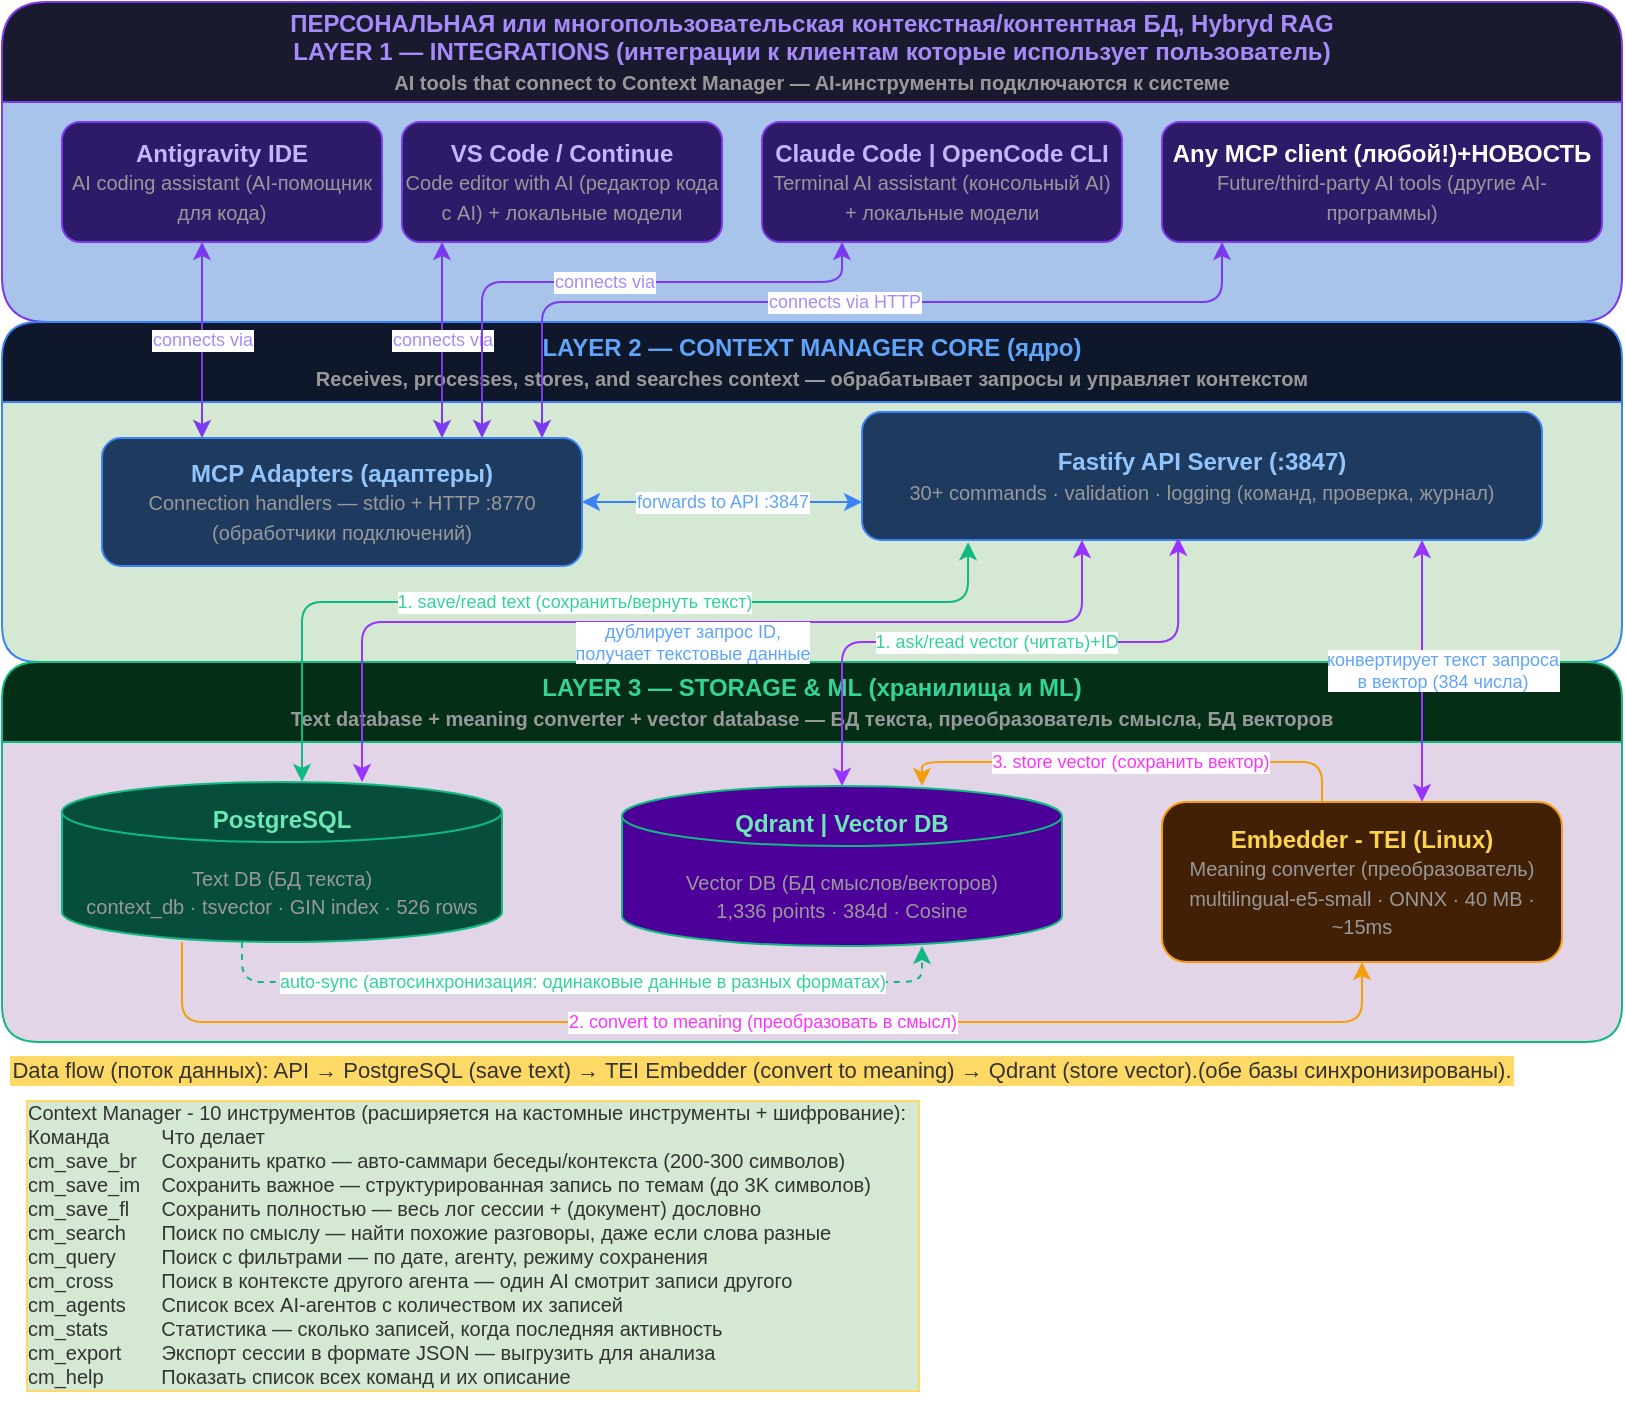
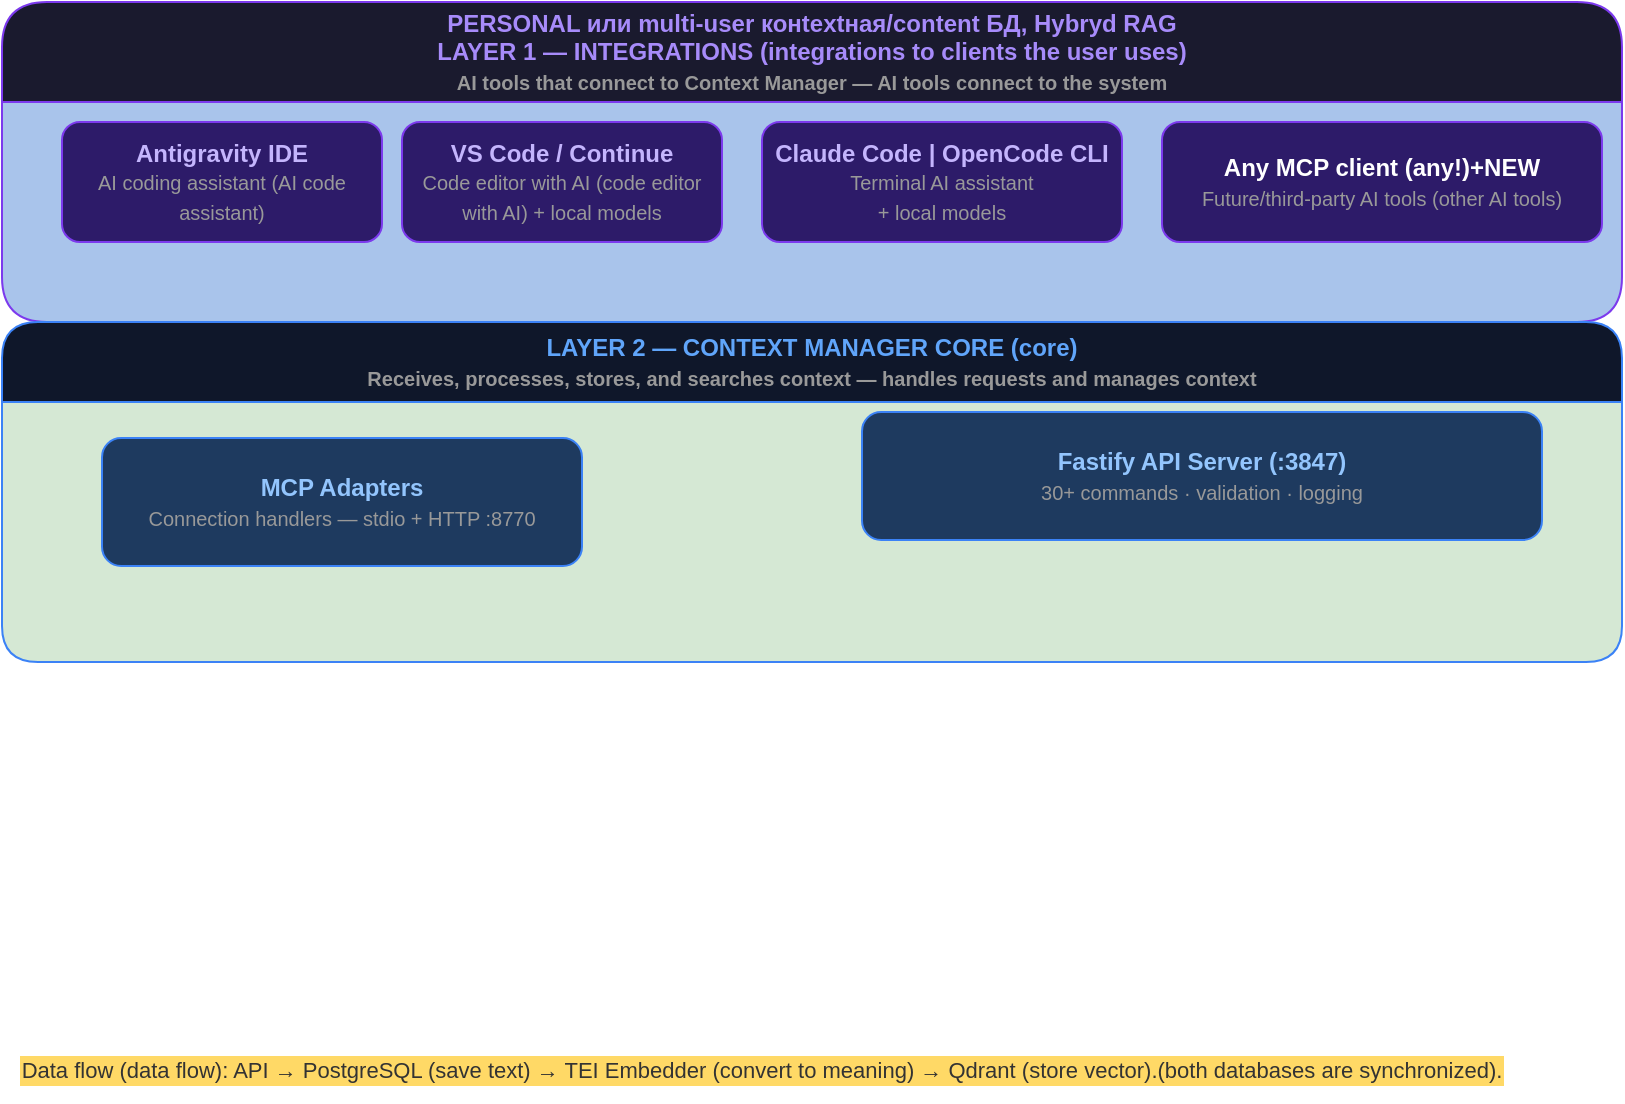
<mxfile host="Electron">
-   <diagram id="UzzrStIHESN_C7ycVm4h" name="Страница-1">
+   <diagram id="UzzrStIHESN_C7ycVm4h" name="Page-1">
    <mxGraphModel dx="878" dy="608" grid="1" gridSize="10" guides="1" tooltips="1" connect="1" arrows="1" fold="1" page="1" pageScale="1" pageWidth="1500" pageHeight="680" math="0" shadow="0" adaptiveColors="auto">
      <root>
        <mxCell id="0" />
        <mxCell id="1" parent="0" />
-         <mxCell id="flow" parent="1" style="text;html=1;fontSize=11;fontColor=#333333;align=center;fillColor=none;strokeColor=none;whiteSpace=wrap;labelBackgroundColor=#FFD966;labelBorderColor=#FFD966;" value="Data flow (поток данных): API → PostgreSQL (save text) → TEI Embedder (convert to meaning) → Qdrant (store vector).(обе базы синхронизированы)." vertex="1">
+         <mxCell id="flow" parent="1" style="text;html=1;fontSize=11;fontColor=#333333;align=center;fillColor=none;strokeColor=none;whiteSpace=wrap;labelBackgroundColor=#FFD966;labelBorderColor=#FFD966;" value="Data flow (data flow): API → PostgreSQL (save text) → TEI Embedder (convert to meaning) → Qdrant (store vector).(both databases are synchronized)." vertex="1">
          <mxGeometry height="30" width="760" x="30" y="540" as="geometry" />
        </mxCell>
-         <mxCell id="l1" parent="1" style="swimlane;horizontal=1;startSize=50;fillColor=#1a1a2e;strokeColor=#7c3aed;fontColor=#a78bfa;fontStyle=1;html=1;rounded=1;whiteSpace=wrap;labelBackgroundColor=none;swimlaneFillColor=#A9C4EB;" value="&lt;div&gt;&lt;b&gt;ПЕРСОНАЛЬНАЯ или многопользовательская контекстная/контентная БД, Hybryd RAG&lt;/b&gt;&lt;/div&gt;&lt;b&gt;LAYER 1 — INTEGRATIONS (интеграции к клиентам которые использует пользователь)&lt;/b&gt;&lt;br&gt;&lt;font style=&quot;font-size: 10px; color: rgb(153, 153, 153);&quot;&gt;AI tools that connect to Context Manager — AI-инструменты подключаются к системе&lt;/font&gt;" vertex="1">
+         <mxCell id="l1" parent="1" style="swimlane;horizontal=1;startSize=50;fillColor=#1a1a2e;strokeColor=#7c3aed;fontColor=#a78bfa;fontStyle=1;html=1;rounded=1;whiteSpace=wrap;labelBackgroundColor=none;swimlaneFillColor=#A9C4EB;" value="&lt;div&gt;&lt;b&gt;PERSONAL или multi-user конtextная/content БД, Hybryd RAG&lt;/b&gt;&lt;/div&gt;&lt;b&gt;LAYER 1 — INTEGRATIONS (integrations to clients the user uses)&lt;/b&gt;&lt;br&gt;&lt;font style=&quot;font-size: 10px; color: rgb(153, 153, 153);&quot;&gt;AI tools that connect to Context Manager — AI tools connect to the system&lt;/font&gt;" vertex="1">
          <mxGeometry height="160" width="810" x="30" y="20" as="geometry" />
        </mxCell>
-         <mxCell id="l1c0" parent="l1" style="rounded=1;whiteSpace=wrap;html=1;fillColor=#2d1b69;strokeColor=#7c3aed;fontColor=#c4b5fd;fontSize=12;" value="&lt;b&gt;Antigravity IDE&lt;/b&gt;&lt;br&gt;&lt;font style=&quot;font-size:10px;color:#999&quot;&gt;AI coding assistant (AI-помощник для кода)&lt;/font&gt;" vertex="1">
+         <mxCell id="l1c0" parent="l1" style="rounded=1;whiteSpace=wrap;html=1;fillColor=#2d1b69;strokeColor=#7c3aed;fontColor=#c4b5fd;fontSize=12;" value="&lt;b&gt;Antigravity IDE&lt;/b&gt;&lt;br&gt;&lt;font style=&quot;font-size:10px;color:#999&quot;&gt;AI coding assistant (AI code assistant)&lt;/font&gt;" vertex="1">
          <mxGeometry height="60" width="160" x="30" y="60" as="geometry" />
        </mxCell>
-         <mxCell id="l1c1" parent="l1" style="rounded=1;whiteSpace=wrap;html=1;fillColor=#2d1b69;strokeColor=#7c3aed;fontColor=#c4b5fd;fontSize=12;" value="&lt;b&gt;VS Code / Continue&lt;/b&gt;&lt;br&gt;&lt;font style=&quot;font-size: 10px; color: rgb(153, 153, 153);&quot;&gt;Code editor with AI (редактор кода с AI) + локальные модели&lt;/font&gt;" vertex="1">
+         <mxCell id="l1c1" parent="l1" style="rounded=1;whiteSpace=wrap;html=1;fillColor=#2d1b69;strokeColor=#7c3aed;fontColor=#c4b5fd;fontSize=12;" value="&lt;b&gt;VS Code / Continue&lt;/b&gt;&lt;br&gt;&lt;font style=&quot;font-size: 10px; color: rgb(153, 153, 153);&quot;&gt;Code editor with AI (code editor with AI) + local models&lt;/font&gt;" vertex="1">
          <mxGeometry height="60" width="160" x="200" y="60" as="geometry" />
        </mxCell>
-         <mxCell id="l1c2" parent="l1" style="rounded=1;whiteSpace=wrap;html=1;fillColor=#2d1b69;strokeColor=#7c3aed;fontColor=#c4b5fd;fontSize=12;" value="&lt;b&gt;Claude Code | OpenCode CLI&lt;/b&gt;&lt;br&gt;&lt;font style=&quot;font-size: 10px; color: rgb(153, 153, 153);&quot;&gt;Terminal AI assistant (консольный AI)&lt;/font&gt;&lt;div&gt;&lt;font style=&quot;font-size: 10px; color: rgb(153, 153, 153);&quot;&gt;+ локальные модели&lt;/font&gt;&lt;/div&gt;" vertex="1">
+         <mxCell id="l1c2" parent="l1" style="rounded=1;whiteSpace=wrap;html=1;fillColor=#2d1b69;strokeColor=#7c3aed;fontColor=#c4b5fd;fontSize=12;" value="&lt;b&gt;Claude Code | OpenCode CLI&lt;/b&gt;&lt;br&gt;&lt;font style=&quot;font-size: 10px; color: rgb(153, 153, 153);&quot;&gt;Terminal AI assistant&lt;/font&gt;&lt;div&gt;&lt;font style=&quot;font-size: 10px; color: rgb(153, 153, 153);&quot;&gt;+ local models&lt;/font&gt;&lt;/div&gt;" vertex="1">
          <mxGeometry height="60" width="180" x="380" y="60" as="geometry" />
        </mxCell>
-         <mxCell id="l1c3" parent="l1" style="rounded=1;whiteSpace=wrap;html=1;fillColor=#2d1b69;strokeColor=#7c3aed;fontColor=#c4b5fd;fontSize=12;" value="&lt;font style=&quot;color: rgb(255, 255, 255);&quot;&gt;&lt;b&gt;Any MCP client (любой!)+НОВОСТЬ&lt;/b&gt;&lt;br&gt;&lt;/font&gt;&lt;font style=&quot;font-size: 10px; color: rgb(153, 153, 153);&quot;&gt;Future/third-party AI tools (другие AI-программы)&lt;/font&gt;" vertex="1">
+         <mxCell id="l1c3" parent="l1" style="rounded=1;whiteSpace=wrap;html=1;fillColor=#2d1b69;strokeColor=#7c3aed;fontColor=#c4b5fd;fontSize=12;" value="&lt;font style=&quot;color: rgb(255, 255, 255);&quot;&gt;&lt;b&gt;Any MCP client (any!)+NEW&lt;/b&gt;&lt;br&gt;&lt;/font&gt;&lt;font style=&quot;font-size: 10px; color: rgb(153, 153, 153);&quot;&gt;Future/third-party AI tools (other AI tools)&lt;/font&gt;" vertex="1">
          <mxGeometry height="60" width="220" x="580" y="60" as="geometry" />
        </mxCell>
-         <mxCell id="l2" parent="1" style="swimlane;horizontal=1;startSize=40;fillColor=#0f172a;strokeColor=#3b82f6;fontColor=#60a5fa;fontStyle=1;html=1;rounded=1;whiteSpace=wrap;swimlaneFillColor=#D5E8D4;" value="&lt;b&gt;LAYER 2 — CONTEXT MANAGER CORE (ядро)&lt;/b&gt;&lt;br&gt;&lt;font style=&quot;font-size:10px;color:#999&quot;&gt;Receives, processes, stores, and searches context — обрабатывает запросы и управляет контекстом&lt;/font&gt;" vertex="1">
+         <mxCell id="l2" parent="1" style="swimlane;horizontal=1;startSize=40;fillColor=#0f172a;strokeColor=#3b82f6;fontColor=#60a5fa;fontStyle=1;html=1;rounded=1;whiteSpace=wrap;swimlaneFillColor=#D5E8D4;" value="&lt;b&gt;LAYER 2 — CONTEXT MANAGER CORE (core)&lt;/b&gt;&lt;br&gt;&lt;font style=&quot;font-size:10px;color:#999&quot;&gt;Receives, processes, stores, and searches context — handles requests and manages context&lt;/font&gt;" vertex="1">
          <mxGeometry height="170" width="810" x="30" y="180" as="geometry" />
        </mxCell>
-         <mxCell id="l2c2" parent="l2" style="rounded=1;whiteSpace=wrap;html=1;fillColor=#1e3a5f;strokeColor=#3b82f6;fontColor=#93c5fd;fontSize=12;" value="&lt;b&gt;Fastify API Server (:3847)&lt;/b&gt;&lt;br&gt;&lt;font style=&quot;font-size:10px;color:#999&quot;&gt;30+ commands · validation · logging (команд, проверка, журнал)&lt;/font&gt;" vertex="1">
+         <mxCell id="l2c2" parent="l2" style="rounded=1;whiteSpace=wrap;html=1;fillColor=#1e3a5f;strokeColor=#3b82f6;fontColor=#93c5fd;fontSize=12;" value="&lt;b&gt;Fastify API Server (:3847)&lt;/b&gt;&lt;br&gt;&lt;font style=&quot;font-size:10px;color:#999&quot;&gt;30+ commands · validation · logging&lt;/font&gt;" vertex="1">
          <mxGeometry height="64" width="340" x="430" y="45" as="geometry" />
        </mxCell>
-         <mxCell id="l2c0" parent="l2" style="rounded=1;whiteSpace=wrap;html=1;fillColor=#1e3a5f;strokeColor=#3b82f6;fontColor=#93c5fd;fontSize=12;" value="&lt;b&gt;MCP Adapters (адаптеры)&lt;/b&gt;&lt;br&gt;&lt;font style=&quot;font-size:10px;color:#999&quot;&gt;Connection handlers — stdio + HTTP :8770 (обработчики подключений)&lt;/font&gt;" vertex="1">
+         <mxCell id="l2c0" parent="l2" style="rounded=1;whiteSpace=wrap;html=1;fillColor=#1e3a5f;strokeColor=#3b82f6;fontColor=#93c5fd;fontSize=12;" value="&lt;b&gt;MCP Adapters&lt;/b&gt;&lt;br&gt;&lt;font style=&quot;font-size:10px;color:#999&quot;&gt;Connection handlers — stdio + HTTP :8770&lt;/font&gt;" vertex="1">
          <mxGeometry height="64" width="240" x="50" y="58" as="geometry" />
        </mxCell>
-         <mxCell id="l3" parent="1" style="swimlane;horizontal=1;startSize=40;fillColor=#052e16;strokeColor=#10b981;fontColor=#34d399;fontStyle=1;html=1;rounded=1;whiteSpace=wrap;swimlaneFillColor=#E1D5E7;" value="&lt;b&gt;LAYER 3 — STORAGE &amp;amp; ML (хранилища и ML)&lt;/b&gt;&lt;br&gt;&lt;font style=&quot;font-size:10px;color:#999&quot;&gt;Text database + meaning converter + vector database — БД текста, преобразователь смысла, БД векторов&lt;/font&gt;" vertex="1">
+         <mxCell id="l3" parent="1" style="swimlane;horizontal=1;startSize=40;fillColor=#052e16;strokeColor=#10b981;fontColor=#34d399;fontStyle=1;html=1;rounded=1;whiteSpace=wrap;swimlaneFillColor=#E1D5E7;" value="&lt;b&gt;LAYER 3 — STORAGE &amp;amp; ML (storage & ML)&lt;/b&gt;&lt;br&gt;&lt;font style=&quot;font-size:10px;color:#999&quot;&gt;Text database + meaning converter + vector database — text DB, meaning converter, vector DB&lt;/font&gt;" vertex="1">
          <mxGeometry height="190" width="810" x="30" y="350" as="geometry" />
        </mxCell>
-         <mxCell id="e8" edge="1" parent="l3" source="l3c2" style="edgeStyle=orthogonalEdgeStyle;rounded=1;html=1;fontSize=9;strokeColor=#f59e0b;fontColor=#FF33FF;" target="l3c1" value="3. store vector (сохранить вектор)">
+         <mxCell id="e8" edge="1" parent="l3" source="l3c2" style="edgeStyle=orthogonalEdgeStyle;rounded=1;html=1;fontSize=9;strokeColor=#f59e0b;fontColor=#FF33FF;" target="l3c1" value="3. store vector (store vector)">
          <mxGeometry relative="1" as="geometry">
            <Array as="points">
              <mxPoint x="660" y="50" />
              <mxPoint x="460" y="50" />
            </Array>
          </mxGeometry>
        </mxCell>
-         <mxCell id="e7" edge="1" parent="l3" source="l3c0" style="edgeStyle=orthogonalEdgeStyle;rounded=1;html=1;fontSize=9;strokeColor=#f59e0b;fontColor=#FF33FF;" target="l3c2" value="2. convert to meaning (преобразовать в смысл)">
+         <mxCell id="e7" edge="1" parent="l3" source="l3c0" style="edgeStyle=orthogonalEdgeStyle;rounded=1;html=1;fontSize=9;strokeColor=#f59e0b;fontColor=#FF33FF;" target="l3c2" value="2. convert to meaning (convert to meaning)">
          <mxGeometry relative="1" as="geometry">
            <Array as="points">
              <mxPoint x="90" y="180" />
              <mxPoint x="680" y="180" />
            </Array>
          </mxGeometry>
        </mxCell>
-         <mxCell id="e9" edge="1" parent="l3" source="l3c0" style="edgeStyle=orthogonalEdgeStyle;rounded=1;html=1;fontSize=9;strokeColor=#10b981;fontColor=#34d399;dashed=1;" target="l3c1" value="auto-sync (автосинхронизация: одинаковые данные в разных форматах)">
+         <mxCell id="e9" edge="1" parent="l3" source="l3c0" style="edgeStyle=orthogonalEdgeStyle;rounded=1;html=1;fontSize=9;strokeColor=#10b981;fontColor=#34d399;dashed=1;" target="l3c1" value="auto-sync (same data in different formats)">
          <mxGeometry relative="1" x="0.0028" as="geometry">
            <mxPoint as="offset" />
            <Array as="points">
              <mxPoint x="120" y="160" />
              <mxPoint x="460" y="160" />
            </Array>
          </mxGeometry>
        </mxCell>
-         <mxCell id="l3c2" parent="l3" style="rounded=1;whiteSpace=wrap;html=1;fillColor=#422006;strokeColor=#f59e0b;fontColor=#fcd34d;fontSize=12;" value="&lt;b&gt;Embedder -&amp;nbsp;&lt;/b&gt;&lt;b&gt;TEI (Linux)&lt;/b&gt;&lt;br&gt;&lt;font style=&quot;font-size: 10px; color: rgb(153, 153, 153);&quot;&gt;Meaning converter (преобразователь)&lt;br&gt;multilingual-e5-small · ONNX · 40 MB · ~15ms&lt;/font&gt;" vertex="1">
+         <mxCell id="l3c2" parent="l3" style="rounded=1;whiteSpace=wrap;html=1;fillColor=#422006;strokeColor=#f59e0b;fontColor=#fcd34d;fontSize=12;" value="&lt;b&gt;Embedder -&amp;nbsp;&lt;/b&gt;&lt;b&gt;TEI (Linux)&lt;/b&gt;&lt;br&gt;&lt;font style=&quot;font-size: 10px; color: rgb(153, 153, 153);&quot;&gt;Meaning converter (converter)&lt;br&gt;multilingual-e5-small · ONNX · 40 MB · ~15ms&lt;/font&gt;" vertex="1">
          <mxGeometry height="80" width="200" x="580" y="70" as="geometry" />
        </mxCell>
-         <mxCell id="l3c0" parent="l3" style="shape=cylinder3;whiteSpace=wrap;html=1;fillColor=#064e3b;strokeColor=#10b981;fontColor=#6ee7b7;fontSize=12;" value="&lt;b&gt;PostgreSQL&lt;/b&gt;&lt;div&gt;&lt;b&gt;&lt;br&gt;&lt;/b&gt;&lt;font style=&quot;font-size: 10px; color: rgb(153, 153, 153);&quot;&gt;Text DB (БД текста)&lt;br&gt;context_db · tsvector · GIN index · 526 rows&lt;/font&gt;&lt;/div&gt;" vertex="1">
+         <mxCell id="l3c0" parent="l3" style="shape=cylinder3;whiteSpace=wrap;html=1;fillColor=#064e3b;strokeColor=#10b981;fontColor=#6ee7b7;fontSize=12;" value="&lt;b&gt;PostgreSQL&lt;/b&gt;&lt;div&gt;&lt;b&gt;&lt;br&gt;&lt;/b&gt;&lt;font style=&quot;font-size: 10px; color: rgb(153, 153, 153);&quot;&gt;Text DB (text DB)&lt;br&gt;context_db · tsvector · GIN index · 526 rows&lt;/font&gt;&lt;/div&gt;" vertex="1">
          <mxGeometry height="80" width="220" x="30" y="60" as="geometry" />
        </mxCell>
-         <mxCell id="l3c1" parent="l3" style="shape=cylinder3;whiteSpace=wrap;html=1;fillColor=#4C0099;strokeColor=#10b981;fontColor=#6ee7b7;fontSize=12;" value="&lt;b&gt;Qdrant | Vector DB&lt;/b&gt;&lt;div&gt;&lt;b&gt;&lt;br&gt;&lt;/b&gt;&lt;font style=&quot;font-size: 10px; color: rgb(153, 153, 153);&quot;&gt;Vector DB (БД смыслов/векторов)&lt;br&gt;1,336 points · 384d · Cosine&lt;/font&gt;&lt;/div&gt;" vertex="1">
+         <mxCell id="l3c1" parent="l3" style="shape=cylinder3;whiteSpace=wrap;html=1;fillColor=#4C0099;strokeColor=#10b981;fontColor=#6ee7b7;fontSize=12;" value="&lt;b&gt;Qdrant | Vector DB&lt;/b&gt;&lt;div&gt;&lt;b&gt;&lt;br&gt;&lt;/b&gt;&lt;font style=&quot;font-size: 10px; color: rgb(153, 153, 153);&quot;&gt;Vector DB (vector DB)&lt;br&gt;1,336 points · 384d · Cosine&lt;/font&gt;&lt;/div&gt;" vertex="1">
          <mxGeometry height="80" width="220" x="310" y="62" as="geometry" />
        </mxCell>
        <mxCell id="e5" edge="1" parent="1" source="l2c0" style="edgeStyle=orthogonalEdgeStyle;rounded=1;html=1;fontSize=9;strokeColor=#3b82f6;fontColor=#60a5fa;startArrow=classic;startFill=1;" target="l2c2" value="forwards to API :3847">
          <mxGeometry relative="1" as="geometry">
            <Array as="points">
              <mxPoint x="420" y="270" />
              <mxPoint x="420" y="270" />
            </Array>
          </mxGeometry>
        </mxCell>
-         <mxCell id="e6" edge="1" parent="1" source="l2c2" style="edgeStyle=orthogonalEdgeStyle;rounded=1;html=1;fontSize=9;strokeColor=#10b981;fontColor=#34d399;startArrow=classic;startFill=1;exitX=0.156;exitY=1.018;exitDx=0;exitDy=0;exitPerimeter=0;" target="l3c0" value="1. save/read text (сохранить/вернуть текст)">
+         <mxCell id="e6" edge="1" parent="1" source="l2c2" style="edgeStyle=orthogonalEdgeStyle;rounded=1;html=1;fontSize=9;strokeColor=#10b981;fontColor=#34d399;startArrow=classic;startFill=1;exitX=0.156;exitY=1.018;exitDx=0;exitDy=0;exitPerimeter=0;" target="l3c0" value="1. save/read text (save/return text)">
          <mxGeometry relative="1" as="geometry">
            <Array as="points">
              <mxPoint x="513" y="320" />
              <mxPoint x="180" y="320" />
            </Array>
            <mxPoint x="520" y="310" as="sourcePoint" />
          </mxGeometry>
        </mxCell>
-         <mxCell id="1c1GivEdQLBNw5b5OzwY-4" edge="1" parent="1" source="l2c2" style="edgeStyle=orthogonalEdgeStyle;rounded=1;html=1;fontSize=9;strokeColor=#9933FF;fontColor=#34d399;startArrow=classic;startFill=1;exitX=0.465;exitY=0.982;exitDx=0;exitDy=0;exitPerimeter=0;" target="l3c1" value="1. ask/read vector (читать)+ID">
+         <mxCell id="1c1GivEdQLBNw5b5OzwY-4" edge="1" parent="1" source="l2c2" style="edgeStyle=orthogonalEdgeStyle;rounded=1;html=1;fontSize=9;strokeColor=#9933FF;fontColor=#34d399;startArrow=classic;startFill=1;exitX=0.465;exitY=0.982;exitDx=0;exitDy=0;exitPerimeter=0;" target="l3c1" value="1. ask/read vector (read)+ID">
          <mxGeometry relative="1" x="-0.0171" as="geometry">
            <mxPoint as="offset" />
            <Array as="points">
              <mxPoint x="618" y="340" />
              <mxPoint x="450" y="340" />
            </Array>
            <mxPoint x="523" y="313" as="sourcePoint" />
            <mxPoint x="190" y="420" as="targetPoint" />
          </mxGeometry>
        </mxCell>
-         <mxCell id="1c1GivEdQLBNw5b5OzwY-5" edge="1" parent="1" source="l2c2" style="edgeStyle=orthogonalEdgeStyle;rounded=1;html=1;fontSize=9;strokeColor=#9933FF;fontColor=#60a5fa;startArrow=classic;startFill=1;" target="l3c2" value="конвертирует текст запроса&lt;div&gt;в вектор (384 числа)&lt;/div&gt;">
+         <mxCell id="1c1GivEdQLBNw5b5OzwY-5" edge="1" parent="1" source="l2c2" style="edgeStyle=orthogonalEdgeStyle;rounded=1;html=1;fontSize=9;strokeColor=#9933FF;fontColor=#60a5fa;startArrow=classic;startFill=1;" target="l3c2" value="converts text request&lt;div&gt;into a vector (384 numbers)&lt;/div&gt;">
          <mxGeometry relative="1" x="-0.0169" y="10" as="geometry">
            <mxPoint as="offset" />
            <Array as="points">
              <mxPoint x="740" y="320" />
              <mxPoint x="740" y="320" />
            </Array>
            <mxPoint x="710" y="310" as="sourcePoint" />
            <mxPoint x="800" y="330" as="targetPoint" />
          </mxGeometry>
        </mxCell>
-         <mxCell id="1c1GivEdQLBNw5b5OzwY-6" edge="1" parent="1" source="l2c2" style="edgeStyle=orthogonalEdgeStyle;rounded=1;html=1;fontSize=9;strokeColor=#9933FF;fontColor=#60a5fa;startArrow=classic;startFill=1;" target="l3c0" value="дублирует запрос ID,&lt;div&gt;получает текстовые данные&lt;/div&gt;">
+         <mxCell id="1c1GivEdQLBNw5b5OzwY-6" edge="1" parent="1" source="l2c2" style="edgeStyle=orthogonalEdgeStyle;rounded=1;html=1;fontSize=9;strokeColor=#9933FF;fontColor=#60a5fa;startArrow=classic;startFill=1;" target="l3c0" value="duplicates request ID,&lt;div&gt;receives text data&lt;/div&gt;">
          <mxGeometry relative="1" x="-0.0169" y="10" as="geometry">
            <mxPoint as="offset" />
            <Array as="points">
              <mxPoint x="570" y="330" />
              <mxPoint x="210" y="330" />
            </Array>
            <mxPoint x="600" y="295" as="sourcePoint" />
            <mxPoint x="210" y="403" as="targetPoint" />
          </mxGeometry>
        </mxCell>
        <mxCell id="e1" edge="1" parent="1" source="l1c0" style="edgeStyle=orthogonalEdgeStyle;rounded=1;html=1;fontSize=9;strokeColor=#7c3aed;fontColor=#a78bfa;startArrow=classic;startFill=1;" target="l2c0" value="connects via">
          <mxGeometry relative="1" as="geometry">
            <Array as="points">
              <mxPoint x="130" y="230" />
              <mxPoint x="130" y="230" />
            </Array>
          </mxGeometry>
        </mxCell>
        <mxCell id="e2" edge="1" parent="1" source="l1c1" style="edgeStyle=orthogonalEdgeStyle;rounded=1;html=1;fontSize=9;strokeColor=#7c3aed;fontColor=#a78bfa;startArrow=classic;startFill=1;" target="l2c0" value="connects via">
          <mxGeometry relative="1" as="geometry">
            <Array as="points">
              <mxPoint x="250" y="200" />
              <mxPoint x="250" y="200" />
            </Array>
          </mxGeometry>
        </mxCell>
        <mxCell id="e3" edge="1" parent="1" source="l1c2" style="edgeStyle=orthogonalEdgeStyle;rounded=1;html=1;fontSize=9;strokeColor=#7c3aed;fontColor=#a78bfa;startArrow=classic;startFill=1;" target="l2c0" value="connects via">
          <mxGeometry relative="1" as="geometry">
            <Array as="points">
              <mxPoint x="450" y="160" />
              <mxPoint x="270" y="160" />
            </Array>
          </mxGeometry>
        </mxCell>
        <mxCell id="e4" edge="1" parent="1" source="l1c3" style="edgeStyle=orthogonalEdgeStyle;rounded=1;html=1;fontSize=9;strokeColor=#7c3aed;fontColor=#a78bfa;startArrow=classic;startFill=1;" target="l2c0" value="connects via HTTP">
          <mxGeometry relative="1" as="geometry">
            <Array as="points">
              <mxPoint x="640" y="170" />
              <mxPoint x="300" y="170" />
            </Array>
          </mxGeometry>
        </mxCell>
-         <mxCell id="1c1GivEdQLBNw5b5OzwY-7" parent="1" style="text;html=1;fontSize=10;fontColor=#333333;align=left;fillColor=none;strokeColor=none;whiteSpace=wrap;labelBackgroundColor=#D5E8D4;labelBorderColor=#FFD966;" value="&lt;div&gt;Context Manager - 10 инструментов (расширяется на кастомные инструменты + шифрование):&amp;nbsp;&amp;nbsp;&lt;/div&gt;&lt;div&gt;Команда&lt;span style=&quot;white-space:pre&quot;&gt;&#x9;&lt;/span&gt;&amp;nbsp; &amp;nbsp; &amp;nbsp; &amp;nbsp; Что делает&lt;/div&gt;&lt;div&gt;cm_save_br&lt;span style=&quot;white-space:pre&quot;&gt;&#x9;&lt;/span&gt;Сохранить кратко — авто-саммари беседы/контекста (200-300 символов)&lt;/div&gt;&lt;div&gt;cm_save_im&lt;span style=&quot;white-space:pre&quot;&gt;&#x9;&lt;/span&gt;Сохранить важное — структурированная запись по темам (до 3K символов)&amp;nbsp;&amp;nbsp;&lt;/div&gt;&lt;div&gt;cm_save_fl&lt;span style=&quot;white-space:pre&quot;&gt;&#x9;&lt;/span&gt;Сохранить полностью — весь лог сессии + (документ) дословно&lt;/div&gt;&lt;div&gt;cm_search&lt;span style=&quot;white-space:pre&quot;&gt;&#x9;&lt;/span&gt;Поиск по смыслу — найти похожие разговоры, даже если слова разные&lt;/div&gt;&lt;div&gt;cm_query&lt;span style=&quot;white-space:pre&quot;&gt;&#x9;&lt;/span&gt;Поиск с фильтрами — по дате, агенту, режиму сохранения&lt;/div&gt;&lt;div&gt;cm_cross&lt;span style=&quot;white-space:pre&quot;&gt;&#x9;&lt;/span&gt;&amp;nbsp; &amp;nbsp; &amp;nbsp; &amp;nbsp; Поиск в контексте другого агента — один AI смотрит записи другого&lt;/div&gt;&lt;div&gt;cm_agents&lt;span style=&quot;white-space:pre&quot;&gt;&#x9;&lt;/span&gt;Список всех AI-агентов с количеством их записей&lt;/div&gt;&lt;div&gt;cm_stats&lt;span style=&quot;white-space:pre&quot;&gt;&#x9;&lt;/span&gt;&amp;nbsp; &amp;nbsp; &amp;nbsp; &amp;nbsp; Статистика — сколько записей, когда последняя активность&lt;/div&gt;&lt;div&gt;cm_export&lt;span style=&quot;white-space:pre&quot;&gt;&#x9;&lt;/span&gt;Экспорт сессии в формате JSON — выгрузить для анализа&lt;/div&gt;&lt;div&gt;cm_help&lt;span style=&quot;white-space:pre&quot;&gt;&#x9;&lt;/span&gt;&amp;nbsp; &amp;nbsp; &amp;nbsp; &amp;nbsp; Показать список всех команд и их описание&lt;/div&gt;" vertex="1">
+         <mxCell id="1c1GivEdQLBNw5b5OzwY-7" parent="1" style="text;html=1;fontSize=10;fontColor=#333333;align=left;fillColor=none;strokeColor=none;whiteSpace=wrap;labelBackgroundColor=#D5E8D4;labelBorderColor=#FFD966;" value="&lt;div&gt;Context Manager - 10 tools (extensible на custom tools + encryption):&amp;nbsp;&amp;nbsp;&lt;/div&gt;&lt;div&gt;Command&lt;span style=&quot;white-space:pre&quot;&gt;&#x9;&lt;/span&gt;&amp;nbsp; &amp;nbsp; &amp;nbsp; &amp;nbsp; Что does&lt;/div&gt;&lt;div&gt;cm_save_br&lt;span style=&quot;white-space:pre&quot;&gt;&#x9;&lt;/span&gt;Save brief — auto-summary conversation/конtextа (200-300 characters)&lt;/div&gt;&lt;div&gt;cm_save_im&lt;span style=&quot;white-space:pre&quot;&gt;&#x9;&lt;/span&gt;Save important — structured record по by topic (до 3K characters)&amp;nbsp;&amp;nbsp;&lt;/div&gt;&lt;div&gt;cm_save_fl&lt;span style=&quot;white-space:pre&quot;&gt;&#x9;&lt;/span&gt;Save full — full session log + (document) verbatim&lt;/div&gt;&lt;div&gt;cm_search&lt;span style=&quot;white-space:pre&quot;&gt;&#x9;&lt;/span&gt;Search by meaning — find similar conversations, even if words are different&lt;/div&gt;&lt;div&gt;cm_query&lt;span style=&quot;white-space:pre&quot;&gt;&#x9;&lt;/span&gt;Search с filters — по by date, by agent, by mode save&lt;/div&gt;&lt;div&gt;cm_cross&lt;span style=&quot;white-space:pre&quot;&gt;&#x9;&lt;/span&gt;&amp;nbsp; &amp;nbsp; &amp;nbsp; &amp;nbsp; Search в конtextе another's agent — one AI reads records another's&lt;/div&gt;&lt;div&gt;cm_agents&lt;span style=&quot;white-space:pre&quot;&gt;&#x9;&lt;/span&gt;List all AI-agents с count их records&lt;/div&gt;&lt;div&gt;cm_stats&lt;span style=&quot;white-space:pre&quot;&gt;&#x9;&lt;/span&gt;&amp;nbsp; &amp;nbsp; &amp;nbsp; &amp;nbsp; Statistics — how many records, when last activity&lt;/div&gt;&lt;div&gt;cm_export&lt;span style=&quot;white-space:pre&quot;&gt;&#x9;&lt;/span&gt;Export session в format JSON — export для analysis&lt;/div&gt;&lt;div&gt;cm_help&lt;span style=&quot;white-space:pre&quot;&gt;&#x9;&lt;/span&gt;&amp;nbsp; &amp;nbsp; &amp;nbsp; &amp;nbsp; Show list all commands and their description&lt;/div&gt;" vertex="1">
          <mxGeometry height="160" width="460" x="40" y="562" as="geometry" />
        </mxCell>
      </root>
    </mxGraphModel>
  </diagram>
</mxfile>
